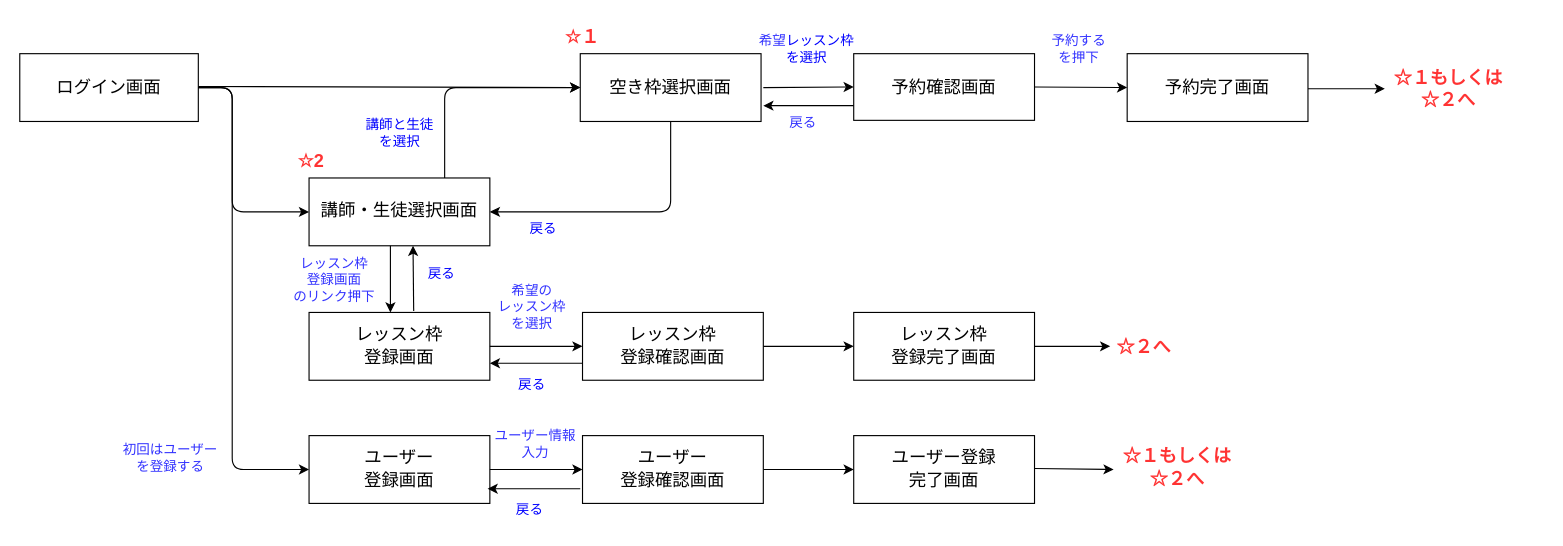
Earlier version of the draw.io diagram 2_基本設計/02_画面遷移図.dio (ka-sawabe/dev-process-study-notes). Source tidied: cells renumbered, new cells numbered last; positions are measured from the earlier drawing's top-left corner, leaving out a move shared by most shapes. Both pictures are drawn from the tidied source at 113%, with x=0, y=0 at pixel (19, -3).
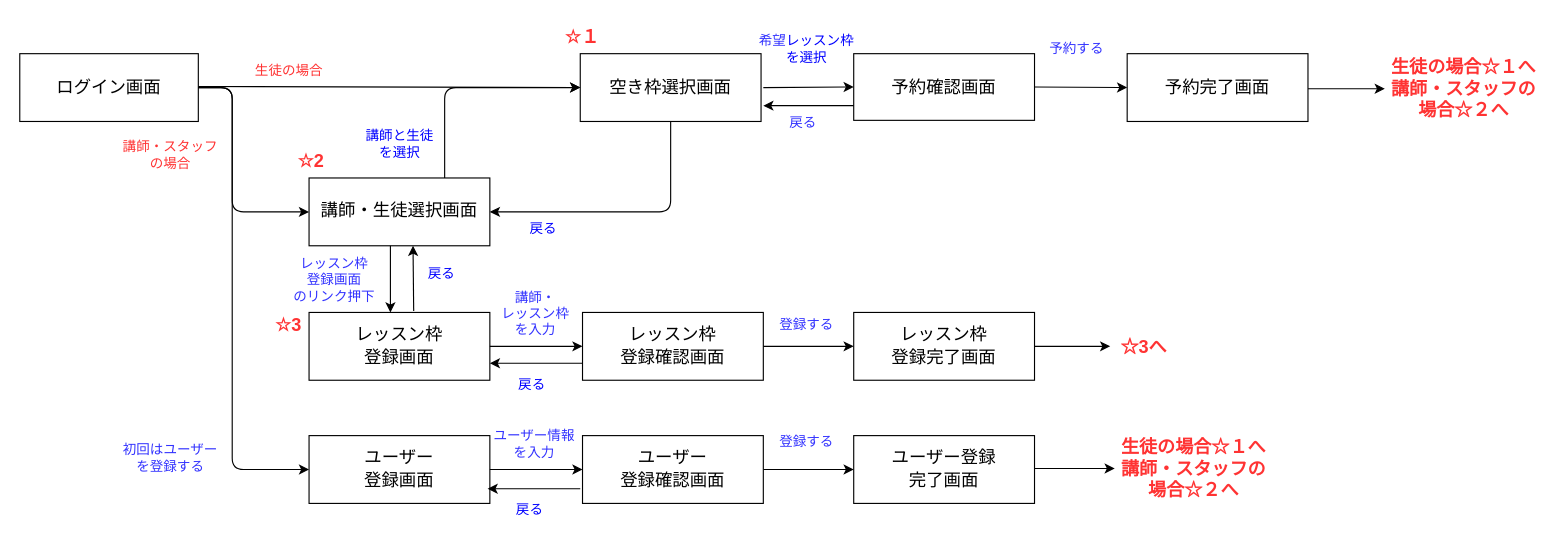
After the change.

Diff of the diagram source:
```diff
@@
-    <mxCell id="11" value="予約する&lt;div&gt;&lt;font style=&quot;color: rgb(51, 51, 255);&quot;&gt;を押下&lt;/font&gt;&lt;/div&gt;" style="text;html=1;align=center;verticalAlign=middle;strokeColor=none;fillColor=none;fontColor=#3333FF;" parent="1" vertex="1">
-      <mxGeometry x="902" y="26" width="70" height="40" as="geometry" />
+    <mxCell id="11" value="予約する" style="text;html=1;align=center;verticalAlign=middle;strokeColor=none;fillColor=none;fontColor=#3333FF;" parent="1" vertex="1">
+      <mxGeometry x="900" y="31" width="70" height="30" as="geometry" />
     </mxCell>
@@
     <mxCell id="16" value="&lt;div&gt;&lt;font style=&quot;background-color: transparent; color: rgb(0, 0, 255);&quot;&gt;講師と生徒&lt;/font&gt;&lt;/div&gt;&lt;div&gt;&lt;font style=&quot;background-color: transparent; color: rgb(0, 0, 255);&quot;&gt;を選択&lt;/font&gt;&lt;/div&gt;" style="text;html=1;align=center;verticalAlign=middle;strokeColor=none;fillColor=none;fontColor=#3333FF;" parent="1" vertex="1">
-      <mxGeometry x="296" y="100" width="80" height="40" as="geometry" />
+      <mxGeometry x="296" y="110" width="80" height="40" as="geometry" />
     </mxCell>
@@
-    <mxCell id="26" style="edgeStyle=none;html=1;exitX=1;exitY=0.5;exitDx=0;exitDy=0;" parent="1" edge="1">
+    <mxCell id="26" style="edgeStyle=none;html=1;exitX=1;exitY=0.5;exitDx=0;exitDy=0;" parent="1" edge="1" target="56">
       <mxGeometry relative="1" as="geometry">
         <mxPoint x="898" y="417.1" as="sourcePoint" />
-        <mxPoint x="968" y="418" as="targetPoint" />
       </mxGeometry>
     </mxCell>
@@
-    <mxCell id="30" value="☆２へ" style="text;html=1;align=center;verticalAlign=middle;whiteSpace=wrap;rounded=0;fontColor=#FF3333;fontStyle=1;fontSize=16;" parent="1" vertex="1">
+    <mxCell id="30" value="☆3へ" style="text;html=1;align=center;verticalAlign=middle;whiteSpace=wrap;rounded=0;fontColor=#FF3333;fontStyle=1;fontSize=16;" parent="1" vertex="1">
       <mxGeometry x="965" y="294" width="60" height="30" as="geometry" />
     </mxCell>
@@
-    <mxCell id="32" value="☆１もしくは☆２へ" style="text;html=1;align=center;verticalAlign=middle;whiteSpace=wrap;rounded=0;fontColor=#FF3333;fontStyle=1;fontSize=16;" parent="1" vertex="1">
-      <mxGeometry x="1208" y="60" width="113" height="42" as="geometry" />
+    <mxCell id="32" value="生徒の場合☆１へ&lt;div&gt;&lt;font style=&quot;color: rgb(255, 51, 51);&quot;&gt;講師・スタッフの場合☆２へ&lt;/font&gt;&lt;/div&gt;" style="text;html=1;align=center;verticalAlign=middle;whiteSpace=wrap;rounded=0;fontColor=#FF3333;fontStyle=1;fontSize=16;" parent="1" vertex="1">
+      <mxGeometry x="1208" y="56" width="140" height="50" as="geometry" />
     </mxCell>
-    <mxCell id="33" value="☆１もしくは☆２へ" style="text;html=1;align=center;verticalAlign=middle;whiteSpace=wrap;rounded=0;fontColor=#FF3333;fontStyle=1;fontSize=16;" parent="1" vertex="1">
-      <mxGeometry x="968" y="404" width="113" height="24" as="geometry" />
-    </mxCell>
@@
-    <mxCell id="46" value="&lt;div&gt;&lt;font style=&quot;color: rgb(51, 51, 255);&quot;&gt;希望の&lt;/font&gt;&lt;/div&gt;&lt;div&gt;&lt;font style=&quot;color: rgb(51, 51, 255);&quot;&gt;レッスン枠&lt;/font&gt;&lt;/div&gt;&lt;div&gt;&lt;font style=&quot;color: rgb(51, 51, 255);&quot;&gt;を選択&lt;/font&gt;&lt;/div&gt;" style="text;html=1;align=center;verticalAlign=middle;strokeColor=none;fillColor=none;fontColor=#3333FF;" parent="1" vertex="1">
-      <mxGeometry x="413" y="244" width="80" height="60" as="geometry" />
-    </mxCell>
@@
-    <mxCell id="49" value="ユーザー情報&lt;div&gt;入力&lt;/div&gt;" style="text;html=1;align=center;verticalAlign=middle;strokeColor=none;fillColor=none;fontColor=#3333FF;" parent="1" vertex="1">
-      <mxGeometry x="406" y="375" width="100" height="40" as="geometry" />
+    <mxCell id="49" value="&lt;font style=&quot;color: rgb(51, 51, 255);&quot;&gt;ユーザー情報&lt;/font&gt;&lt;div&gt;&lt;font style=&quot;color: rgb(51, 51, 255);&quot;&gt;を入力&lt;/font&gt;&lt;/div&gt;" style="text;html=1;align=center;verticalAlign=middle;strokeColor=none;fillColor=none;fontColor=#3333FF;" parent="1" vertex="1">
+      <mxGeometry x="405" y="375" width="100" height="40" as="geometry" />
     </mxCell>
+    <mxCell id="50" value="&lt;font style=&quot;color: rgb(255, 51, 51);&quot;&gt;生徒の場合&lt;/font&gt;" style="text;html=1;align=center;verticalAlign=middle;strokeColor=none;fillColor=none;fontColor=#FF3333;" parent="1" vertex="1">
+      <mxGeometry x="198" y="50" width="80" height="30" as="geometry" />
+    </mxCell>
+    <mxCell id="51" value="&lt;font style=&quot;color: rgb(255, 51, 51);&quot;&gt;講師・スタッフ&lt;/font&gt;&lt;div&gt;&lt;font style=&quot;color: rgb(255, 51, 51);&quot;&gt;の場合&lt;/font&gt;&lt;/div&gt;" style="text;html=1;align=center;verticalAlign=middle;strokeColor=none;fillColor=none;fontColor=#FF3333;" parent="1" vertex="1">
+      <mxGeometry x="78" y="120" width="110" height="40" as="geometry" />
+    </mxCell>
+    <mxCell id="52" value="登録する" style="text;html=1;align=center;verticalAlign=middle;strokeColor=none;fillColor=none;fontColor=#3333FF;" parent="1" vertex="1">
+      <mxGeometry x="661" y="275" width="70" height="30" as="geometry" />
+    </mxCell>
+    <mxCell id="53" value="&lt;font style=&quot;color: rgb(51, 51, 255);&quot;&gt;講師・&lt;/font&gt;&lt;div&gt;&lt;font style=&quot;color: rgb(51, 51, 255);&quot;&gt;レッスン枠&lt;/font&gt;&lt;div&gt;&lt;font style=&quot;color: rgb(51, 51, 255);&quot;&gt;を入力&lt;/font&gt;&lt;/div&gt;&lt;/div&gt;" style="text;html=1;align=center;verticalAlign=middle;strokeColor=none;fillColor=none;fontColor=#3333FF;" parent="1" vertex="1">
+      <mxGeometry x="416" y="250" width="80" height="60" as="geometry" />
+    </mxCell>
+    <mxCell id="54" value="登録する" style="text;html=1;align=center;verticalAlign=middle;strokeColor=none;fillColor=none;fontColor=#3333FF;" parent="1" vertex="1">
+      <mxGeometry x="661" y="379" width="70" height="30" as="geometry" />
+    </mxCell>
+    <mxCell id="55" value="☆3" style="text;html=1;align=center;verticalAlign=middle;whiteSpace=wrap;rounded=0;fontColor=#FF3333;fontStyle=1;fontSize=16;" parent="1" vertex="1">
+      <mxGeometry x="208" y="275" width="60" height="30" as="geometry" />
+    </mxCell>
+    <mxCell id="56" value="生徒の場合☆１へ&lt;div&gt;&lt;font style=&quot;color: rgb(255, 51, 51);&quot;&gt;講師・スタッフの場合☆２へ&lt;/font&gt;&lt;/div&gt;" style="text;html=1;align=center;verticalAlign=middle;whiteSpace=wrap;rounded=0;fontColor=#FF3333;fontStyle=1;fontSize=16;" parent="1" vertex="1">
+      <mxGeometry x="969" y="392" width="140" height="50" as="geometry" />
+    </mxCell>
```
